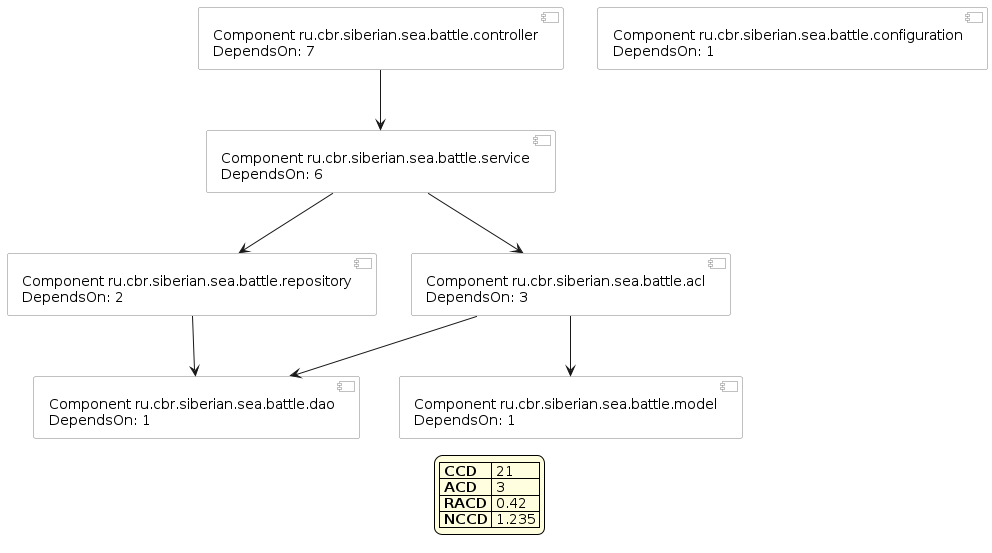
onixred/SiberianSeaBattle keeps this PlantUML diagram as plantuml/generated-diagrams/lakosMetricsTest.png. Above is the earlier version. The source it was exported from:
```plantuml
@startuml lakosMetricsTest
skinparam componentStyle uml2
skinparam component {
  BorderColor #grey
  BackgroundColor #white
}
skinparam legend {
  BackgroundColor #lightyellow
}

[Component ru.cbr.siberian.sea.battle.acl\nDependsOn: 3] as acl
[Component ru.cbr.siberian.sea.battle.configuration\nDependsOn: 1] as configuration
[Component ru.cbr.siberian.sea.battle.controller\nDependsOn: 7] as controller
[Component ru.cbr.siberian.sea.battle.dao\nDependsOn: 1] as dao
[Component ru.cbr.siberian.sea.battle.model\nDependsOn: 1] as model
[Component ru.cbr.siberian.sea.battle.repository\nDependsOn: 2] as repository
[Component ru.cbr.siberian.sea.battle.service\nDependsOn: 6] as service


controller --> service
service --> acl
service --> repository
repository --> dao
acl --> dao
acl --> model

legend
| <b>CCD</b>  | 21   |
| <b>ACD</b>  | 3  |
| <b>RACD</b> | 0.42  |
| <b>NCCD</b> | 1.235 |
endlegend

@enduml
```
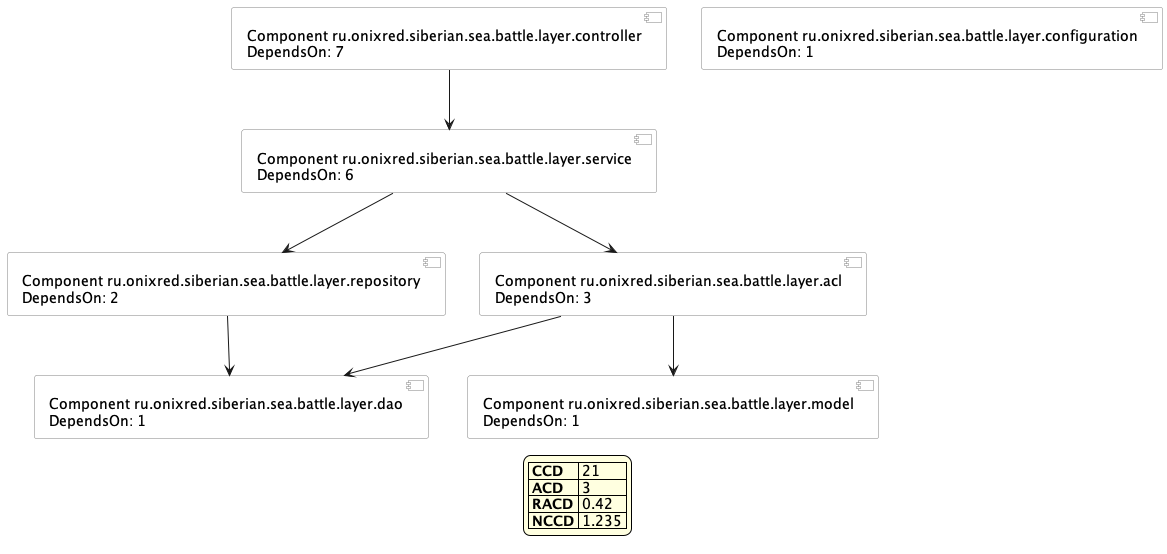
Later version of the same file.

Change to the diagram source:
```diff
@@ -8,13 +8,13 @@
   BackgroundColor #lightyellow
 }
 
-[Component ru.cbr.siberian.sea.battle.acl\nDependsOn: 3] as acl
-[Component ru.cbr.siberian.sea.battle.configuration\nDependsOn: 1] as configuration
-[Component ru.cbr.siberian.sea.battle.controller\nDependsOn: 7] as controller
-[Component ru.cbr.siberian.sea.battle.dao\nDependsOn: 1] as dao
-[Component ru.cbr.siberian.sea.battle.model\nDependsOn: 1] as model
-[Component ru.cbr.siberian.sea.battle.repository\nDependsOn: 2] as repository
-[Component ru.cbr.siberian.sea.battle.service\nDependsOn: 6] as service
+[Component ru.onixred.siberian.sea.battle.layer.acl\nDependsOn: 3] as acl
+[Component ru.onixred.siberian.sea.battle.layer.configuration\nDependsOn: 1] as configuration
+[Component ru.onixred.siberian.sea.battle.layer.controller\nDependsOn: 7] as controller
+[Component ru.onixred.siberian.sea.battle.layer.dao\nDependsOn: 1] as dao
+[Component ru.onixred.siberian.sea.battle.layer.model\nDependsOn: 1] as model
+[Component ru.onixred.siberian.sea.battle.layer.repository\nDependsOn: 2] as repository
+[Component ru.onixred.siberian.sea.battle.layer.service\nDependsOn: 6] as service
 
 
 controller --> service
```
